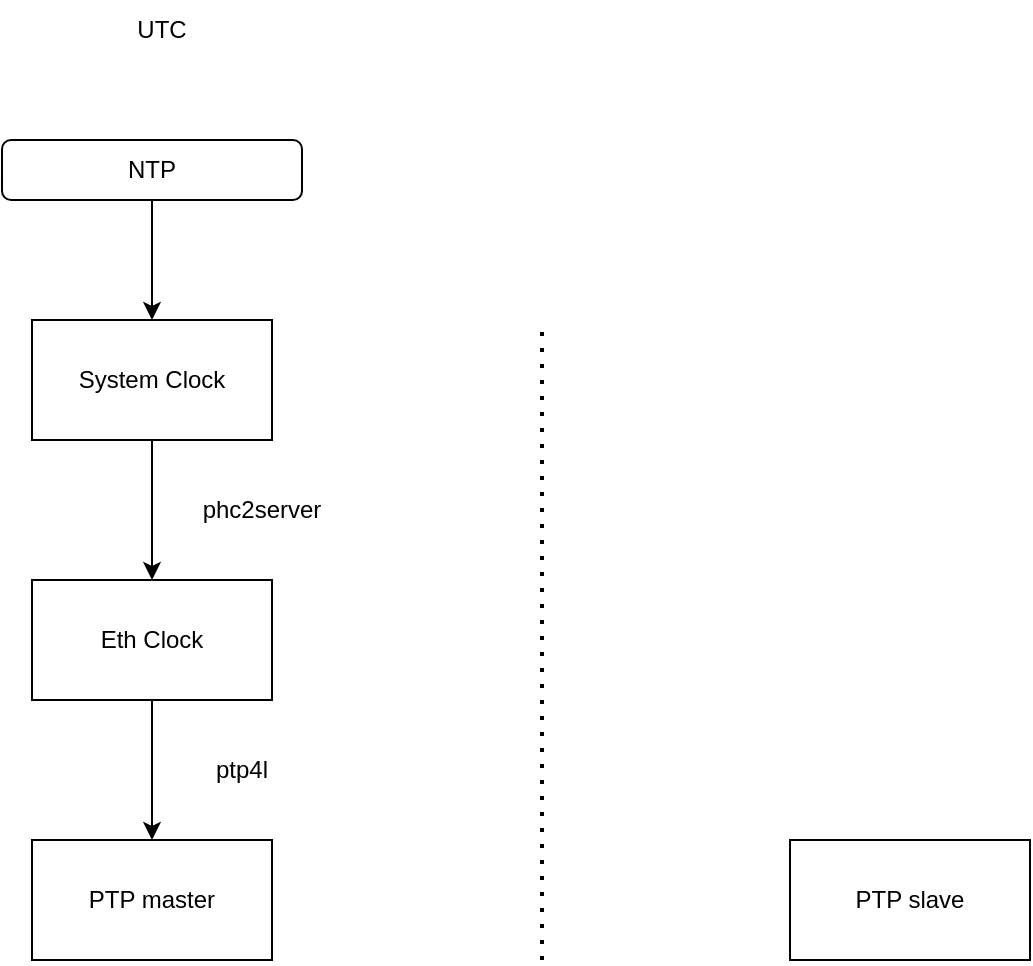
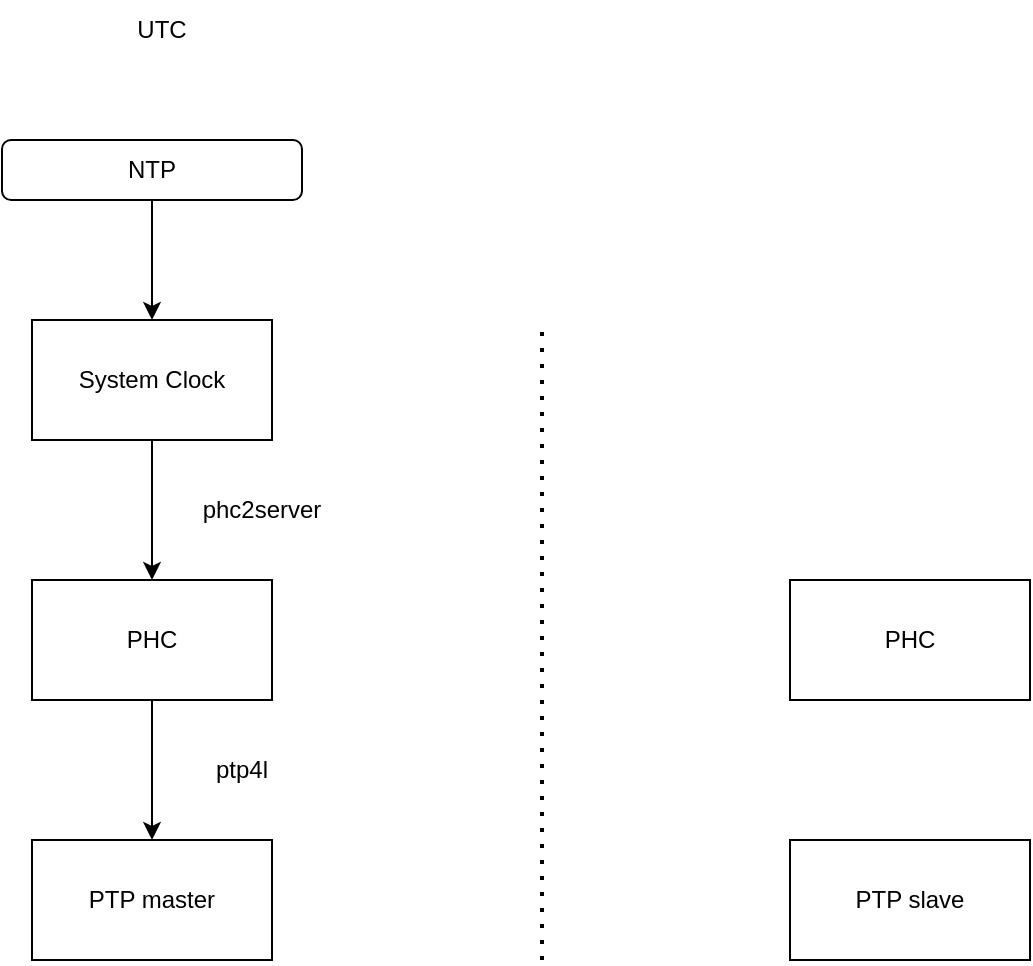
<mxfile host="app.diagrams.net" agent="Mozilla/5.0 (Windows NT 10.0; Win64; x64) AppleWebKit/537.36 (KHTML, like Gecko) Chrome/148.0.0.0 Safari/537.36">
  <diagram name="第 1 页" id="xi5zx8poPBdEaGlYp24N">
    <mxGraphModel dx="930" dy="494" grid="1" gridSize="10" guides="1" tooltips="1" connect="1" arrows="1" fold="1" page="1" pageScale="1" pageWidth="827" pageHeight="1169" math="0" shadow="0">
      <root>
        <mxCell id="0" />
        <mxCell id="1" parent="0" />
        <mxCell id="9tWx0qsMY7gKmuM-r2hu-1" edge="1" parent="1" source="473n1farRfXXC9yVkO81-1" style="edgeStyle=orthogonalEdgeStyle;rounded=0;orthogonalLoop=1;jettySize=auto;html=1;" target="473n1farRfXXC9yVkO81-7" value="">
          <mxGeometry relative="1" as="geometry" />
        </mxCell>
        <mxCell id="473n1farRfXXC9yVkO81-1" parent="1" style="rounded=1;whiteSpace=wrap;html=1;" value="NTP" vertex="1">
          <mxGeometry height="30" width="150" x="20" y="140" as="geometry" />
        </mxCell>
        <mxCell id="473n1farRfXXC9yVkO81-6" parent="1" style="text;html=1;whiteSpace=wrap;strokeColor=none;fillColor=none;align=center;verticalAlign=middle;rounded=0;" value="UTC" vertex="1">
          <mxGeometry height="30" width="60" x="70" y="70" as="geometry" />
        </mxCell>
        <mxCell id="9tWx0qsMY7gKmuM-r2hu-3" edge="1" parent="1" source="473n1farRfXXC9yVkO81-7" style="edgeStyle=orthogonalEdgeStyle;rounded=0;orthogonalLoop=1;jettySize=auto;html=1;" target="9tWx0qsMY7gKmuM-r2hu-2" value="">
          <mxGeometry relative="1" as="geometry" />
        </mxCell>
        <mxCell id="473n1farRfXXC9yVkO81-7" parent="1" style="rounded=0;whiteSpace=wrap;html=1;" value="System Clock" vertex="1">
          <mxGeometry height="60" width="120" x="35" y="230" as="geometry" />
        </mxCell>
        <mxCell id="9tWx0qsMY7gKmuM-r2hu-5" edge="1" parent="1" source="9tWx0qsMY7gKmuM-r2hu-2" style="edgeStyle=orthogonalEdgeStyle;rounded=0;orthogonalLoop=1;jettySize=auto;html=1;" target="9tWx0qsMY7gKmuM-r2hu-4" value="">
          <mxGeometry relative="1" as="geometry" />
        </mxCell>
-         <mxCell id="9tWx0qsMY7gKmuM-r2hu-2" parent="1" style="rounded=0;whiteSpace=wrap;html=1;" value="Eth Clock" vertex="1">
+         <mxCell id="9tWx0qsMY7gKmuM-r2hu-2" parent="1" style="rounded=0;whiteSpace=wrap;html=1;" value="PHC" vertex="1">
          <mxGeometry height="60" width="120" x="35" y="360" as="geometry" />
        </mxCell>
        <mxCell id="9tWx0qsMY7gKmuM-r2hu-4" parent="1" style="rounded=0;whiteSpace=wrap;html=1;" value="PTP master" vertex="1">
          <mxGeometry height="60" width="120" x="35" y="490" as="geometry" />
        </mxCell>
        <mxCell id="9tWx0qsMY7gKmuM-r2hu-6" parent="1" style="text;html=1;whiteSpace=wrap;strokeColor=none;fillColor=none;align=center;verticalAlign=middle;rounded=0;" value="phc2server" vertex="1">
          <mxGeometry height="30" width="60" x="120" y="310" as="geometry" />
        </mxCell>
        <mxCell id="9tWx0qsMY7gKmuM-r2hu-7" parent="1" style="text;html=1;whiteSpace=wrap;strokeColor=none;fillColor=none;align=center;verticalAlign=middle;rounded=0;" value="ptp4l" vertex="1">
          <mxGeometry height="30" width="60" x="110" y="440" as="geometry" />
        </mxCell>
        <mxCell id="9tWx0qsMY7gKmuM-r2hu-8" edge="1" parent="1" style="endArrow=none;dashed=1;html=1;dashPattern=1 3;strokeWidth=2;rounded=0;" value="">
          <mxGeometry height="50" relative="1" width="50" as="geometry">
            <mxPoint x="290" y="550" as="sourcePoint" />
            <mxPoint x="290" y="230" as="targetPoint" />
          </mxGeometry>
        </mxCell>
        <mxCell id="9tWx0qsMY7gKmuM-r2hu-9" parent="1" style="rounded=0;whiteSpace=wrap;html=1;" value="PTP slave" vertex="1">
          <mxGeometry height="60" width="120" x="414" y="490" as="geometry" />
        </mxCell>
+         <mxCell id="9tWx0qsMY7gKmuM-r2hu-10" parent="1" style="rounded=0;whiteSpace=wrap;html=1;" value="PHC" vertex="1">
+           <mxGeometry height="60" width="120" x="414" y="360" as="geometry" />
+         </mxCell>
      </root>
    </mxGraphModel>
  </diagram>
</mxfile>
